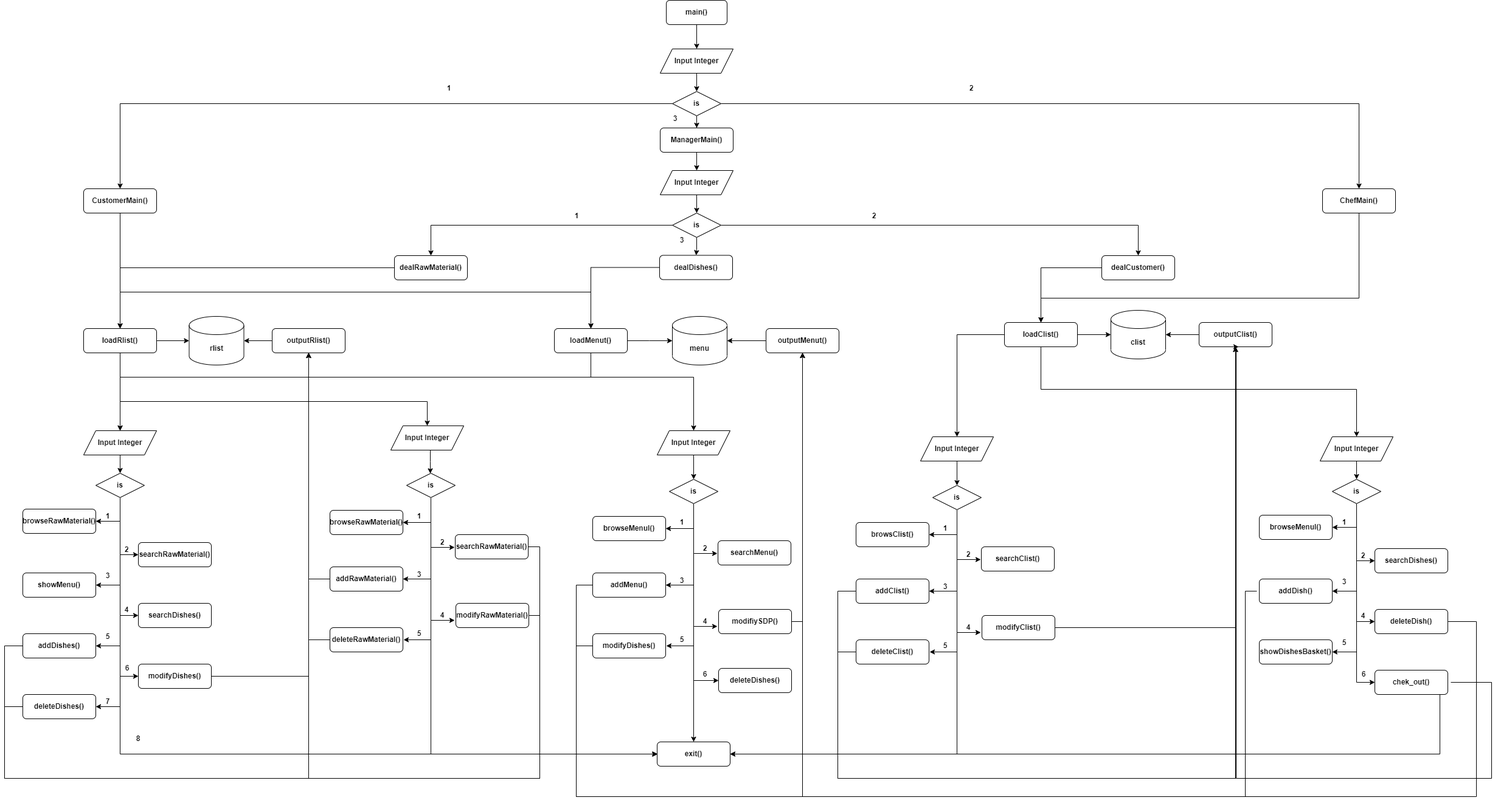
Earlier version of the draw.io export Flowchart.png (1102131860/CPT106). Source tidied: cells renumbered, new cells last; positions are measured from the earlier drawing's top-left corner, leaving out a move shared by most shapes.
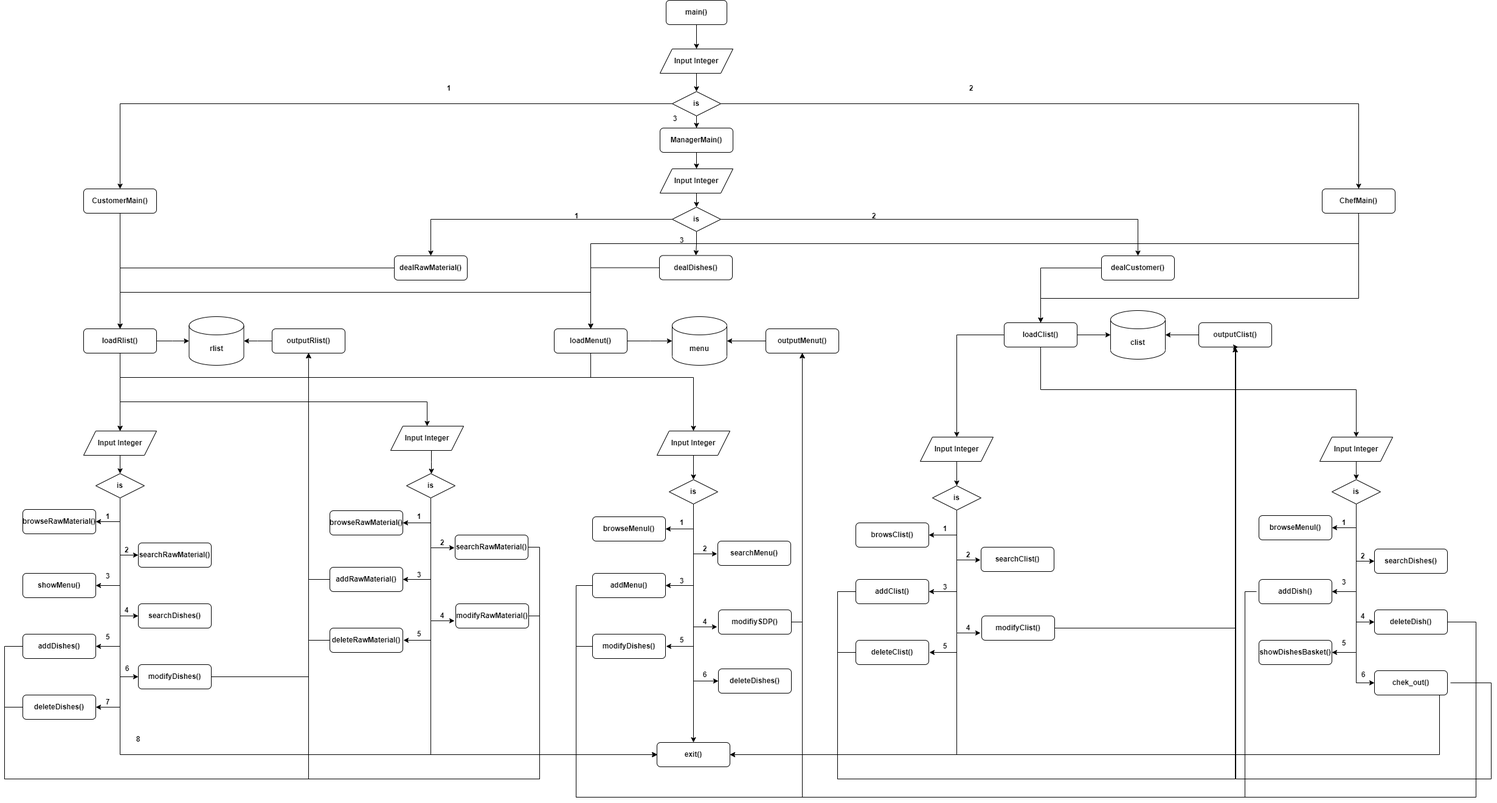
After the change.

What changed in the source:
```diff
@@ -28,6 +28,14 @@
         </Array>
       </mxGeometry>
     </mxCell>
+    <mxCell id="182" style="edgeStyle=orthogonalEdgeStyle;rounded=0;jettySize=auto;html=1;entryX=0.5;entryY=0;entryDx=0;entryDy=0;fontSize=12;" parent="1" edge="1" source="9" target="84">
+      <mxGeometry relative="1" as="geometry">
+        <Array as="points">
+          <mxPoint x="2227" y="400" />
+          <mxPoint x="964" y="400" />
+        </Array>
+      </mxGeometry>
+    </mxCell>
     <mxCell id="9" value="ChefMain()" style="rounded=1;whiteSpace=wrap;html=1;fontSize=12;fontStyle=1;" parent="1" vertex="1">
       <mxGeometry x="2167" y="310" width="120" height="40" as="geometry" />
     </mxCell>
@@ -71,13 +79,13 @@
       <mxGeometry relative="1" as="geometry" />
     </mxCell>
     <mxCell id="23" value="is" style="rhombus;whiteSpace=wrap;html=1;fontSize=12;fontStyle=1;" parent="1" vertex="1">
-      <mxGeometry x="1098" y="350" width="80" height="40" as="geometry" />
+      <mxGeometry x="1098" y="340" width="80" height="40" as="geometry" />
     </mxCell>
     <mxCell id="24" style="edgeStyle=orthogonalEdgeStyle;rounded=0;jettySize=auto;html=1;fontSize=12;fontStyle=1;" parent="1" edge="1" source="25" target="23">
       <mxGeometry relative="1" as="geometry" />
     </mxCell>
     <mxCell id="25" value="Input Integer" style="shape=parallelogram;perimeter=parallelogramPerimeter;whiteSpace=wrap;html=1;fixedSize=1;fontSize=12;fontStyle=1;" parent="1" vertex="1">
-      <mxGeometry x="1078" y="280" width="120" height="40" as="geometry" />
+      <mxGeometry x="1078" y="277" width="120" height="40" as="geometry" />
     </mxCell>
     <mxCell id="26" style="edgeStyle=orthogonalEdgeStyle;rounded=0;jettySize=auto;html=1;fontSize=12;fontStyle=1;" parent="1" edge="1" source="27">
       <mxGeometry relative="1" as="geometry">
```
